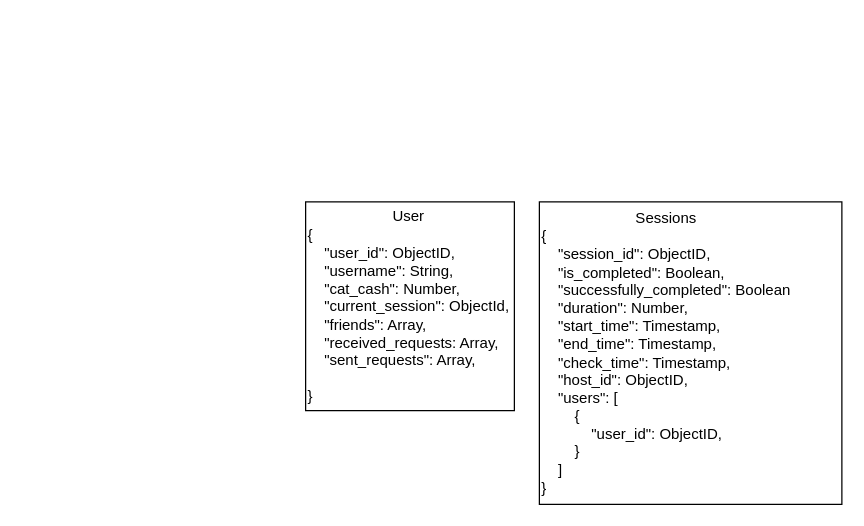
Before: design/Database.drawio in cyr123456789/Focat, a draw.io diagram. Source tidied: cells renumbered, new cells numbered last; positions are measured from the earlier drawing's top-left corner, leaving out a move shared by most shapes. Both pictures are drawn from the tidied source at 125%, with x=0, y=0 at pixel (305, 201).
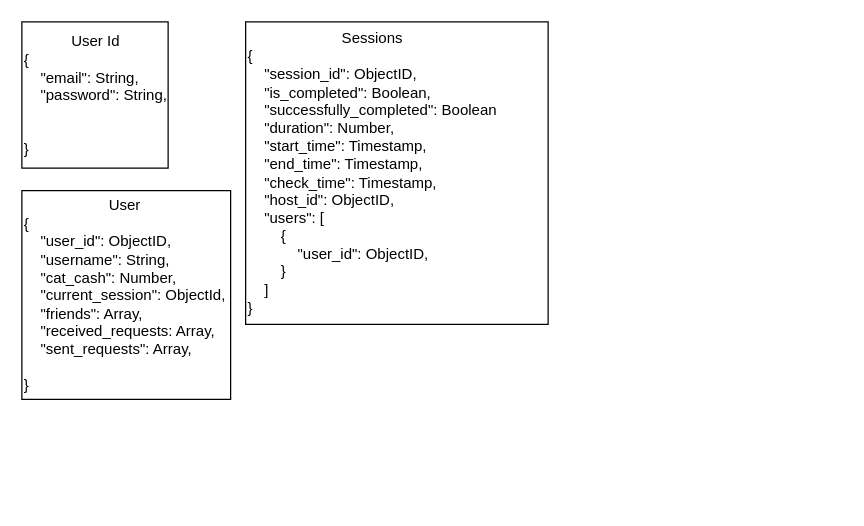
Above is the later version.

Commit message (it also covers changes not shown here):
Update database schema

The edit, as a diff of the source:
```diff
@@
 <mxGraphModel>
   <root>
     <mxCell id="0" />
     <mxCell id="1" parent="0" />
     <mxCell id="2" value="&lt;div style=&quot;text-align: center;&quot;&gt;User&lt;/div&gt;&lt;div&gt;{&lt;/div&gt;&lt;div&gt;&amp;nbsp;&amp;nbsp;&amp;nbsp; &quot;user_id&quot;: ObjectID,&lt;/div&gt;&lt;div&gt;&amp;nbsp;&amp;nbsp;&amp;nbsp; &quot;username&quot;: String,&lt;/div&gt;&lt;div&gt;&amp;nbsp;&amp;nbsp;&amp;nbsp; &quot;cat_cash&quot;: Number,&lt;/div&gt;&lt;div&gt;&amp;nbsp;&amp;nbsp;&amp;nbsp; &quot;current_session&quot;: ObjectId,&lt;br&gt;&lt;/div&gt;&lt;div&gt;&amp;nbsp;&amp;nbsp;&amp;nbsp; &quot;friends&quot;: Array,&lt;/div&gt;&lt;div&gt;&amp;nbsp;&amp;nbsp;&amp;nbsp; &quot;received_requests: Array,&lt;/div&gt;&lt;div&gt;&amp;nbsp;&amp;nbsp;&amp;nbsp; &quot;sent_requests&quot;: Array,&lt;/div&gt;&lt;div&gt;&amp;nbsp;&amp;nbsp;&amp;nbsp; &lt;br&gt;&lt;/div&gt;&lt;div&gt;}&lt;/div&gt;" style="whiteSpace=wrap;html=1;align=left;" parent="1" vertex="1">
-      <mxGeometry width="167" height="167" as="geometry" />
+      <mxGeometry x="-227" y="-9" width="167" height="167" as="geometry" />
     </mxCell>
     <mxCell id="3" value="&lt;div style=&quot;text-align: center;&quot;&gt;Sessions&lt;/div&gt;&lt;div&gt;{&lt;/div&gt;&lt;div&gt;&amp;nbsp; &amp;nbsp; &quot;session_id&quot;: ObjectID,&lt;/div&gt;&lt;div&gt;&amp;nbsp; &amp;nbsp; &quot;is_completed&quot;: Boolean,&lt;/div&gt;&lt;div&gt;&amp;nbsp;&amp;nbsp;&amp;nbsp; &quot;successfully_completed&quot;: Boolean&lt;/div&gt;&lt;div&gt;&amp;nbsp;&amp;nbsp;&amp;nbsp; &quot;duration&quot;: Number,&lt;/div&gt;&lt;div&gt;&amp;nbsp;&amp;nbsp;&amp;nbsp; &quot;start_time&quot;: Timestamp,&lt;/div&gt;&lt;div&gt;&amp;nbsp;&amp;nbsp;&amp;nbsp; &quot;end_time&quot;: Timestamp,&lt;/div&gt;&lt;div&gt;&amp;nbsp;&amp;nbsp;&amp;nbsp; &quot;check_time&quot;: Timestamp,&lt;br&gt;&lt;/div&gt;&lt;div&gt;&amp;nbsp; &amp;nbsp; &quot;host_id&quot;: ObjectID,&lt;/div&gt;&lt;div&gt;&amp;nbsp; &amp;nbsp; &quot;users&quot;: [&lt;/div&gt;&lt;div&gt;&amp;nbsp; &amp;nbsp; &amp;nbsp; &amp;nbsp; {&lt;/div&gt;&lt;div&gt;&amp;nbsp; &amp;nbsp; &amp;nbsp; &amp;nbsp; &amp;nbsp; &amp;nbsp; &quot;user_id&quot;: ObjectID,&lt;/div&gt;&lt;div&gt;&amp;nbsp; &amp;nbsp; &amp;nbsp; &amp;nbsp; }&lt;/div&gt;&lt;div&gt;&amp;nbsp; &amp;nbsp; ]&lt;/div&gt;&lt;div&gt;}&lt;/div&gt;" style="whiteSpace=wrap;html=1;align=left;" parent="1" vertex="1">
-      <mxGeometry x="187" width="242" height="242" as="geometry" />
+      <mxGeometry x="-48" y="-144" width="242" height="242" as="geometry" />
     </mxCell>
+    <mxCell id="4" value="&lt;div style=&quot;text-align: center;&quot;&gt;User Id&lt;br&gt;&lt;/div&gt;&lt;div&gt;{&lt;/div&gt;&lt;div&gt;&amp;nbsp;&amp;nbsp;&amp;nbsp; &quot;email&quot;: String,&lt;br&gt;&lt;/div&gt;&lt;div&gt;&amp;nbsp;&amp;nbsp;&amp;nbsp; &quot;password&quot;: String,&lt;/div&gt;&lt;div&gt;&amp;nbsp;&lt;/div&gt;&lt;div&gt;&amp;nbsp;&amp;nbsp;&amp;nbsp; &lt;br&gt;&lt;/div&gt;&lt;div&gt;}&lt;/div&gt;" style="whiteSpace=wrap;html=1;align=left;" parent="1" vertex="1">
+      <mxGeometry x="-227" y="-144" width="117" height="117" as="geometry" />
+    </mxCell>
+    <mxCell id="5" style="edgeStyle=orthogonalEdgeStyle;rounded=0;orthogonalLoop=1;jettySize=auto;html=1;exitX=0.5;exitY=1;exitDx=0;exitDy=0;" parent="1" edge="1" source="4" target="4">
+      <mxGeometry relative="1" as="geometry" />
+    </mxCell>
   </root>
 </mxGraphModel>
```
